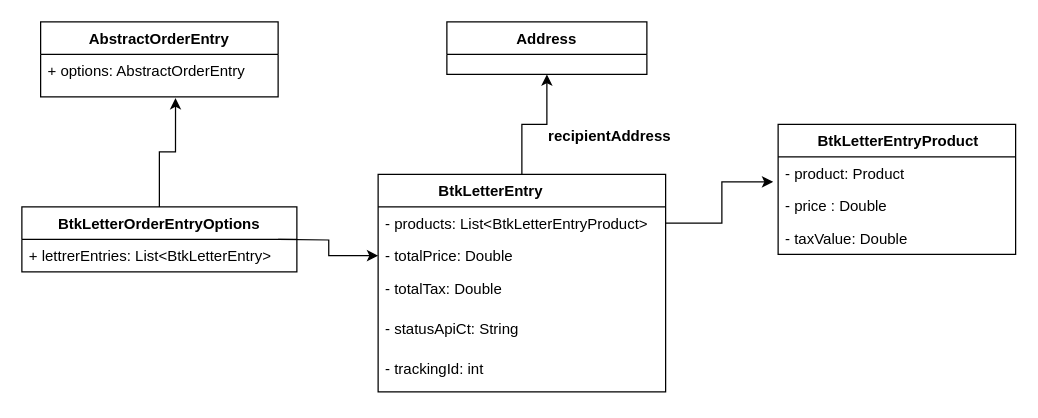
Above: Untitled Diagram.drawio in elaissoussi/draw.io (draw.io), before the change. Source tidied: cells renumbered, new cells numbered last; positions are measured from the earlier drawing's top-left corner, leaving out a move shared by most shapes. Both pictures are drawn from the tidied source at 125%, with x=0, y=0 at pixel (21, 21).
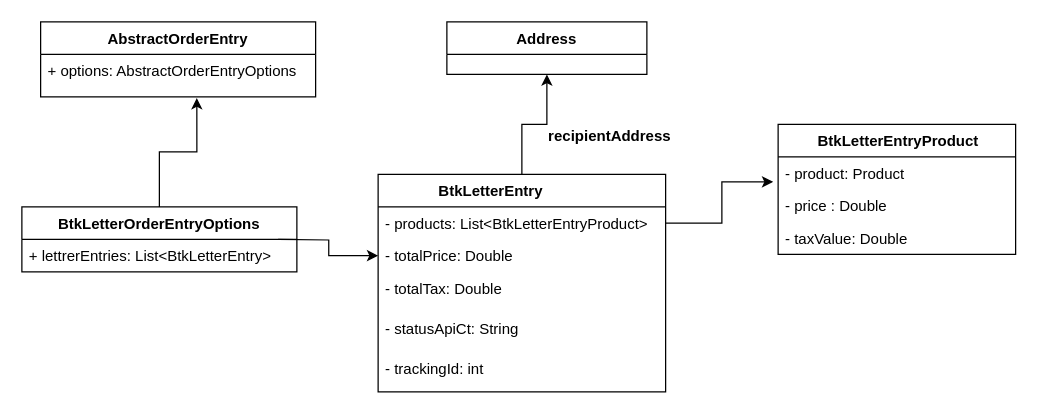
The same diagram, later.

Diff of the diagram source:
```diff
@@
     <mxCell id="12" value="AbstractOrderEntry" style="swimlane;fontStyle=1;horizontal=1;startSize=26;fillColor=none;" parent="1" vertex="1">
-      <mxGeometry x="15" width="190" height="60" as="geometry" />
+      <mxGeometry x="15" width="220" height="60" as="geometry" />
     </mxCell>
-    <mxCell id="13" value="+ options: AbstractOrderEntry" style="text;strokeColor=none;fillColor=none;align=left;verticalAlign=top;spacingLeft=4;spacingRight=4;overflow=hidden;points=[[0,0.5],[1,0.5]];portConstraint=eastwest;" parent="12" vertex="1">
-      <mxGeometry y="26" width="190" height="34" as="geometry" />
+    <mxCell id="13" value="+ options: AbstractOrderEntryOptions" style="text;strokeColor=none;fillColor=none;align=left;verticalAlign=top;spacingLeft=4;spacingRight=4;overflow=hidden;points=[[0,0.5],[1,0.5]];portConstraint=eastwest;fontStyle=0;" parent="12" vertex="1">
+      <mxGeometry y="26" width="220" height="34" as="geometry" />
     </mxCell>
```
